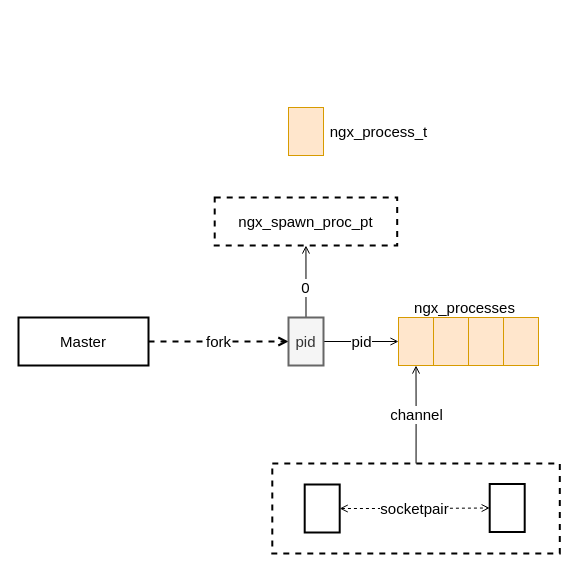
The draw.io diagram page "ngx_spawn_process" (1 of 3) of nginx/ngx_process.drawio in dovics/draw.io, before the edit. Source tidied: cells renumbered, new cells numbered last; positions are measured from the earlier drawing's top-left corner, leaving out a move shared by most shapes. Both pictures are drawn from the tidied source at 100%, with x=0, y=0 at pixel (18, 107).
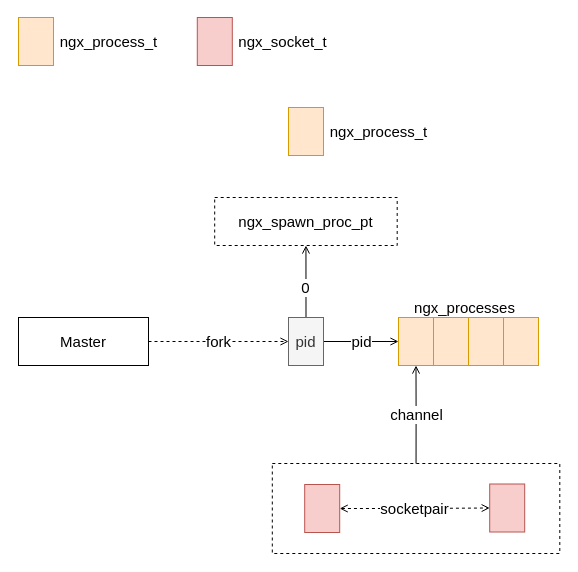
The same diagram, later.

The edit, as a diff of the source:
```diff
@@
+    <mxCell id="12" style="rounded=0;whiteSpace=wrap;html=1;strokeWidth=1;fontSize=15;fillColor=none;dashed=1;" parent="1" vertex="1">
+      <mxGeometry x="253.8" y="356" width="287.5" height="90" as="geometry" />
+    </mxCell>
@@
-    <mxCell id="7" value="ngx_process_t" style="text;html=1;align=center;verticalAlign=middle;strokeColor=none;fillColor=none;fontSize=15;" parent="1" vertex="1">
+    <mxCell id="7" value="ngx_process_t" style="text;html=1;align=center;verticalAlign=middle;strokeColor=none;fillColor=none;fontSize=15;strokeWidth=1;" parent="1" vertex="1">
       <mxGeometry x="305" y="14" width="110" height="20" as="geometry" />
     </mxCell>
-    <mxCell id="8" value="socketpair" style="edgeStyle=orthogonalEdgeStyle;rounded=0;jettySize=auto;html=1;exitX=1;exitY=0.5;exitDx=0;exitDy=0;entryX=0;entryY=0.5;entryDx=0;entryDy=0;fontSize=15;endArrow=open;endFill=0;dashed=1;startArrow=open;startFill=0;" parent="1" edge="1" source="9" target="10">
+    <mxCell id="8" value="socketpair" style="edgeStyle=orthogonalEdgeStyle;rounded=0;jettySize=auto;html=1;exitX=1;exitY=0.5;exitDx=0;exitDy=0;entryX=0;entryY=0.5;entryDx=0;entryDy=0;fontSize=15;endArrow=open;endFill=0;dashed=1;startArrow=open;startFill=0;strokeWidth=1;" parent="1" edge="1" source="9" target="10">
       <mxGeometry relative="1" as="geometry" />
     </mxCell>
-    <mxCell id="9" style="rounded=0;whiteSpace=wrap;html=1;strokeWidth=2;fontSize=15;" parent="1" vertex="1">
+    <mxCell id="9" style="rounded=0;whiteSpace=wrap;html=1;strokeWidth=1;fontSize=15;fillColor=#f8cecc;strokeColor=#b85450;" parent="1" vertex="1">
       <mxGeometry x="286.2" y="377" width="35" height="48" as="geometry" />
     </mxCell>
-    <mxCell id="10" style="rounded=0;whiteSpace=wrap;html=1;strokeWidth=2;fontSize=15;" parent="1" vertex="1">
+    <mxCell id="10" style="rounded=0;whiteSpace=wrap;html=1;strokeWidth=1;fontSize=15;fillColor=#f8cecc;strokeColor=#b85450;" parent="1" vertex="1">
       <mxGeometry x="471.2" y="376.5" width="35" height="48" as="geometry" />
     </mxCell>
@@
-    <mxCell id="12" style="rounded=0;whiteSpace=wrap;html=1;strokeWidth=2;fontSize=15;fillColor=none;dashed=1;" parent="1" vertex="1">
-      <mxGeometry x="253.8" y="356" width="287.5" height="90" as="geometry" />
-    </mxCell>
-    <mxCell id="13" value="fork" style="edgeStyle=orthogonalEdgeStyle;rounded=0;jettySize=auto;html=1;exitX=1;exitY=0.5;exitDx=0;exitDy=0;fontSize=15;startArrow=none;startFill=0;endArrow=open;endFill=0;dashed=1;strokeWidth=2;" parent="1" edge="1" source="14">
+    <mxCell id="13" value="fork" style="edgeStyle=orthogonalEdgeStyle;rounded=0;jettySize=auto;html=1;exitX=1;exitY=0.5;exitDx=0;exitDy=0;fontSize=15;startArrow=none;startFill=0;endArrow=open;endFill=0;dashed=1;strokeWidth=1;" parent="1" edge="1" source="14">
       <mxGeometry relative="1" as="geometry">
         <mxPoint x="270" y="234" as="targetPoint" />
       </mxGeometry>
     </mxCell>
-    <mxCell id="14" value="Master" style="rounded=0;whiteSpace=wrap;html=1;strokeWidth=2;fontSize=15;fillColor=none;" parent="1" vertex="1">
+    <mxCell id="14" value="Master" style="rounded=0;whiteSpace=wrap;html=1;strokeWidth=1;fontSize=15;fillColor=none;" parent="1" vertex="1">
       <mxGeometry y="210" width="130" height="48" as="geometry" />
     </mxCell>
@@
-    <mxCell id="17" value="pid" style="rounded=0;whiteSpace=wrap;html=1;strokeWidth=2;fontSize=15;fillColor=#f5f5f5;strokeColor=#666666;fontColor=#333333;" parent="1" vertex="1">
+    <mxCell id="17" value="pid" style="rounded=0;whiteSpace=wrap;html=1;strokeWidth=1;fontSize=15;fillColor=#f5f5f5;strokeColor=#666666;fontColor=#333333;" parent="1" vertex="1">
       <mxGeometry x="270" y="210" width="35" height="48" as="geometry" />
     </mxCell>
-    <mxCell id="18" value="ngx_spawn_proc_pt" style="rounded=0;whiteSpace=wrap;html=1;strokeWidth=2;fontSize=15;fillColor=none;dashed=1;" parent="1" vertex="1">
+    <mxCell id="18" value="ngx_spawn_proc_pt" style="rounded=0;whiteSpace=wrap;html=1;strokeWidth=1;fontSize=15;fillColor=none;dashed=1;" parent="1" vertex="1">
       <mxGeometry x="196.2" y="90" width="182.5" height="48" as="geometry" />
     </mxCell>
-    <mxCell id="19" value="ngx_processes" style="text;html=1;align=center;verticalAlign=middle;strokeColor=none;fillColor=none;fontSize=15;" parent="1" vertex="1">
+    <mxCell id="19" value="ngx_processes" style="text;html=1;align=center;verticalAlign=middle;strokeColor=none;fillColor=none;fontSize=15;strokeWidth=1;" parent="1" vertex="1">
       <mxGeometry x="386.2" y="190" width="120" height="20" as="geometry" />
     </mxCell>
+    <mxCell id="20" style="rounded=0;whiteSpace=wrap;html=1;strokeWidth=1;fontSize=15;fillColor=#f8cecc;strokeColor=#b85450;" parent="1" vertex="1">
+      <mxGeometry x="178.8" y="-90" width="35" height="48" as="geometry" />
+    </mxCell>
+    <mxCell id="21" style="rounded=0;whiteSpace=wrap;html=1;strokeWidth=1;fillColor=#ffe6cc;strokeColor=#d79b00;" parent="1" vertex="1">
+      <mxGeometry y="-90" width="35" height="48" as="geometry" />
+    </mxCell>
+    <mxCell id="22" value="ngx_socket_t" style="text;html=1;align=center;verticalAlign=middle;strokeColor=none;fillColor=none;fontSize=15;" parent="1" vertex="1">
+      <mxGeometry x="213.8" y="-76" width="100" height="20" as="geometry" />
+    </mxCell>
+    <mxCell id="23" value="ngx_process_t" style="text;html=1;align=center;verticalAlign=middle;strokeColor=none;fillColor=none;fontSize=15;" parent="1" vertex="1">
+      <mxGeometry x="35" y="-76" width="110" height="20" as="geometry" />
+    </mxCell>
```
